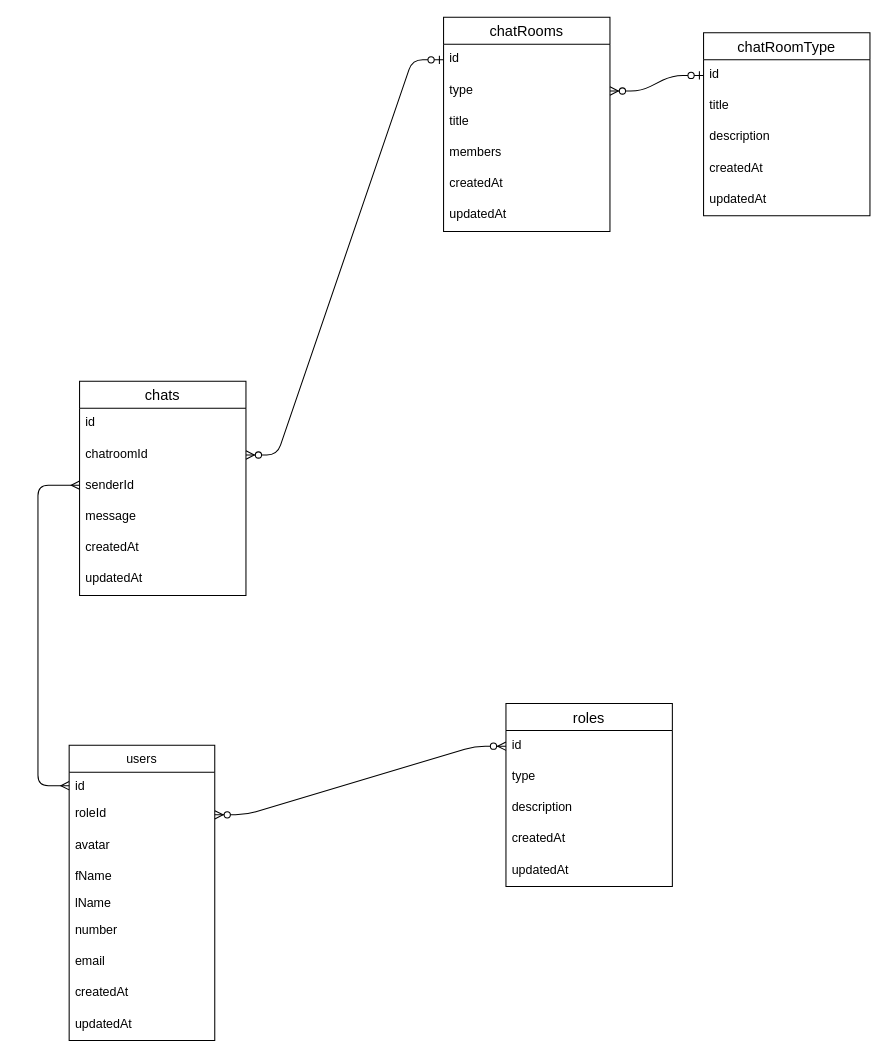
This is ERD/text_chat_app_erd.drawio from Nandi97/Emessage, a draw.io file, before an edit. Source tidied: cells renumbered, new cells numbered last; positions are measured from the earlier drawing's top-left corner, leaving out a move shared by most shapes. Both pictures are drawn from the tidied source at 104%, with x=0, y=0 at pixel (37, 17).
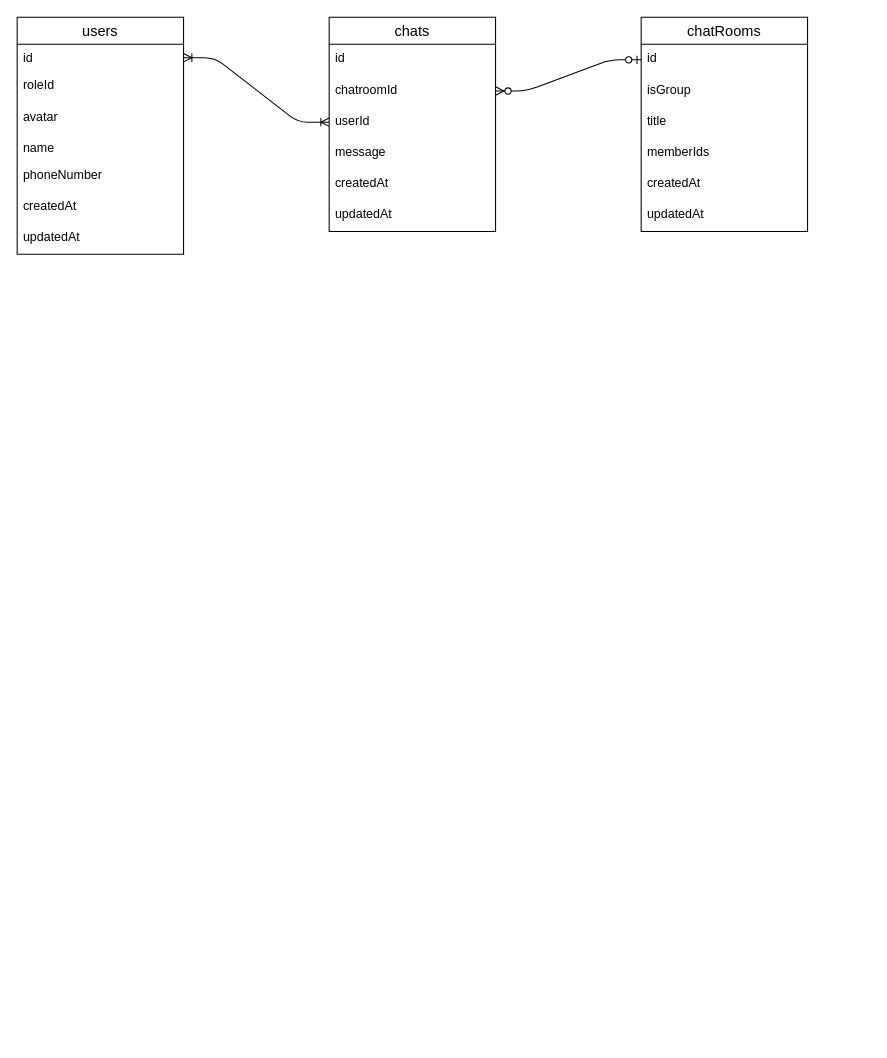
After the change.

Commit message (it also covers changes not shown here):
working side bar chat select

The edit, as a diff of the source:
```diff
@@
-    <mxCell id="2" value="users" style="swimlane;fontStyle=0;horizontal=1;startSize=26;" parent="1" vertex="1">
-      <mxGeometry x="30" y="700" width="140" height="284" as="geometry" />
+    <mxCell id="2" value="users" style="swimlane;fontStyle=0;horizontal=1;startSize=26;fontSize=14;" parent="1" vertex="1">
+      <mxGeometry x="-20" width="160" height="228" as="geometry" />
     </mxCell>
     <mxCell id="3" value="id" style="text;strokeColor=none;fillColor=none;align=left;verticalAlign=top;spacingLeft=4;spacingRight=4;overflow=hidden;points=[[0,0.5],[1,0.5]];portConstraint=eastwest;" parent="2" vertex="1">
-      <mxGeometry y="26" width="140" height="26" as="geometry" />
+      <mxGeometry y="26" width="160" height="26" as="geometry" />
     </mxCell>
     <mxCell id="4" value="roleId" style="text;strokeColor=none;fillColor=none;spacingLeft=4;spacingRight=4;overflow=hidden;points=[[0,0.5],[1,0.5]];portConstraint=eastwest;fontSize=12;" parent="2" vertex="1">
-      <mxGeometry y="52" width="140" height="30" as="geometry" />
+      <mxGeometry y="52" width="160" height="30" as="geometry" />
     </mxCell>
     <mxCell id="5" value="avatar" style="text;strokeColor=none;fillColor=none;spacingLeft=4;spacingRight=4;overflow=hidden;fontSize=12;" parent="2" vertex="1">
-      <mxGeometry y="82" width="140" height="30" as="geometry" />
+      <mxGeometry y="82" width="160" height="30" as="geometry" />
     </mxCell>
-    <mxCell id="6" value="fName" style="text;strokeColor=none;fillColor=none;align=left;verticalAlign=top;spacingLeft=4;spacingRight=4;overflow=hidden;" parent="2" vertex="1">
-      <mxGeometry y="112" width="140" height="26" as="geometry" />
-    </mxCell>
-    <mxCell id="7" value="lName" style="text;strokeColor=none;fillColor=none;align=left;verticalAlign=top;spacingLeft=4;spacingRight=4;overflow=hidden;" parent="2" vertex="1">
-      <mxGeometry y="138" width="140" height="26" as="geometry" />
+    <mxCell id="7" value="name" style="text;strokeColor=none;fillColor=none;align=left;verticalAlign=top;spacingLeft=4;spacingRight=4;overflow=hidden;" parent="2" vertex="1">
+      <mxGeometry y="112" width="160" height="26" as="geometry" />
     </mxCell>
-    <mxCell id="8" value="number" style="text;strokeColor=none;fillColor=none;spacingLeft=4;spacingRight=4;overflow=hidden;fontSize=12;" parent="2" vertex="1">
-      <mxGeometry y="164" width="140" height="30" as="geometry" />
+    <mxCell id="8" value="phoneNumber" style="text;strokeColor=none;fillColor=none;spacingLeft=4;spacingRight=4;overflow=hidden;fontSize=12;" parent="2" vertex="1">
+      <mxGeometry y="138" width="160" height="30" as="geometry" />
     </mxCell>
-    <mxCell id="9" value="email" style="text;strokeColor=none;fillColor=none;spacingLeft=4;spacingRight=4;overflow=hidden;fontSize=12;" parent="2" vertex="1">
-      <mxGeometry y="194" width="140" height="30" as="geometry" />
-    </mxCell>
     <mxCell id="10" value="createdAt" style="text;strokeColor=none;fillColor=none;spacingLeft=4;spacingRight=4;overflow=hidden;fontSize=12;" parent="2" vertex="1">
-      <mxGeometry y="224" width="140" height="30" as="geometry" />
+      <mxGeometry y="168" width="160" height="30" as="geometry" />
     </mxCell>
     <mxCell id="11" value="updatedAt" style="text;strokeColor=none;fillColor=none;spacingLeft=4;spacingRight=4;overflow=hidden;fontSize=12;" parent="2" vertex="1">
-      <mxGeometry y="254" width="140" height="30" as="geometry" />
+      <mxGeometry y="198" width="160" height="30" as="geometry" />
     </mxCell>
     <mxCell id="12" value="chatRooms" style="swimlane;fontStyle=0;horizontal=1;startSize=26;align=center;fontSize=14;" parent="1" vertex="1">
-      <mxGeometry x="390" width="160" height="206" as="geometry" />
+      <mxGeometry x="580" width="160" height="206" as="geometry" />
     </mxCell>
@@
-    <mxCell id="14" value="type" style="text;strokeColor=none;fillColor=none;spacingLeft=4;spacingRight=4;overflow=hidden;points=[[0,0.5],[1,0.5]];portConstraint=eastwest;fontSize=12;" parent="12" vertex="1">
+    <mxCell id="14" value="isGroup" style="text;strokeColor=none;fillColor=none;spacingLeft=4;spacingRight=4;overflow=hidden;points=[[0,0.5],[1,0.5]];portConstraint=eastwest;fontSize=12;" parent="12" vertex="1">
       <mxGeometry y="56" width="160" height="30" as="geometry" />
     </mxCell>
@@
-    <mxCell id="16" value="members" style="text;strokeColor=none;fillColor=none;spacingLeft=4;spacingRight=4;overflow=hidden;fontSize=12;" parent="12" vertex="1">
+    <mxCell id="16" value="memberIds" style="text;strokeColor=none;fillColor=none;spacingLeft=4;spacingRight=4;overflow=hidden;fontSize=12;" parent="12" vertex="1">
       <mxGeometry y="116" width="160" height="30" as="geometry" />
     </mxCell>
@@
-    <mxCell id="19" value="chatRoomType" style="swimlane;fontStyle=0;horizontal=1;startSize=26;align=center;fontSize=14;" parent="1" vertex="1">
-      <mxGeometry x="640" y="15" width="160" height="176" as="geometry" />
-    </mxCell>
-    <mxCell id="20" value="id" style="text;strokeColor=none;fillColor=none;spacingLeft=4;spacingRight=4;overflow=hidden;points=[[0,0.5],[1,0.5]];portConstraint=eastwest;fontSize=12;" parent="19" vertex="1">
-      <mxGeometry y="26" width="160" height="30" as="geometry" />
-    </mxCell>
-    <mxCell id="21" value="title" style="text;strokeColor=none;fillColor=none;spacingLeft=4;spacingRight=4;overflow=hidden;fontSize=12;" parent="19" vertex="1">
-      <mxGeometry y="56" width="160" height="30" as="geometry" />
-    </mxCell>
-    <mxCell id="22" value="description" style="text;strokeColor=none;fillColor=none;spacingLeft=4;spacingRight=4;overflow=hidden;fontSize=12;" parent="19" vertex="1">
-      <mxGeometry y="86" width="160" height="30" as="geometry" />
-    </mxCell>
-    <mxCell id="23" value="createdAt" style="text;strokeColor=none;fillColor=none;spacingLeft=4;spacingRight=4;overflow=hidden;fontSize=12;" parent="19" vertex="1">
-      <mxGeometry y="116" width="160" height="30" as="geometry" />
-    </mxCell>
-    <mxCell id="24" value="updatedAt" style="text;strokeColor=none;fillColor=none;spacingLeft=4;spacingRight=4;overflow=hidden;fontSize=12;" parent="19" vertex="1">
-      <mxGeometry y="146" width="160" height="30" as="geometry" />
-    </mxCell>
     <mxCell id="25" value="chats" style="swimlane;fontStyle=0;horizontal=1;startSize=26;align=center;fontSize=14;" parent="1" vertex="1">
-      <mxGeometry x="40" y="350" width="160" height="206" as="geometry" />
+      <mxGeometry x="280" width="160" height="206" as="geometry" />
     </mxCell>
@@
-    <mxCell id="28" value="senderId" style="text;strokeColor=none;fillColor=none;spacingLeft=4;spacingRight=4;overflow=hidden;points=[[0,0.5],[1,0.5]];portConstraint=eastwest;fontSize=12;" parent="25" vertex="1">
+    <mxCell id="28" value="userId" style="text;strokeColor=none;fillColor=none;spacingLeft=4;spacingRight=4;overflow=hidden;points=[[0,0.5],[1,0.5]];portConstraint=eastwest;fontSize=12;" parent="25" vertex="1">
       <mxGeometry y="86" width="160" height="30" as="geometry" />
     </mxCell>
@@
-    <mxCell id="32" value="roles" style="swimlane;fontStyle=0;horizontal=1;startSize=26;align=center;fontSize=14;" parent="1" vertex="1">
-      <mxGeometry x="450" y="660" width="160" height="176" as="geometry" />
-    </mxCell>
-    <mxCell id="33" value="id" style="text;strokeColor=none;fillColor=none;spacingLeft=4;spacingRight=4;overflow=hidden;points=[[0,0.5],[1,0.5]];portConstraint=eastwest;fontSize=12;" parent="32" vertex="1">
-      <mxGeometry y="26" width="160" height="30" as="geometry" />
-    </mxCell>
-    <mxCell id="34" value="type" style="text;strokeColor=none;fillColor=none;spacingLeft=4;spacingRight=4;overflow=hidden;fontSize=12;" parent="32" vertex="1">
-      <mxGeometry y="56" width="160" height="30" as="geometry" />
-    </mxCell>
-    <mxCell id="35" value="description" style="text;strokeColor=none;fillColor=none;spacingLeft=4;spacingRight=4;overflow=hidden;fontSize=12;" parent="32" vertex="1">
-      <mxGeometry y="86" width="160" height="30" as="geometry" />
-    </mxCell>
-    <mxCell id="36" value="createdAt" style="text;strokeColor=none;fillColor=none;spacingLeft=4;spacingRight=4;overflow=hidden;fontSize=12;" parent="32" vertex="1">
-      <mxGeometry y="116" width="160" height="30" as="geometry" />
-    </mxCell>
-    <mxCell id="37" value="updatedAt" style="text;strokeColor=none;fillColor=none;spacingLeft=4;spacingRight=4;overflow=hidden;fontSize=12;" parent="32" vertex="1">
-      <mxGeometry y="146" width="160" height="30" as="geometry" />
-    </mxCell>
-    <mxCell id="38" style="edgeStyle=elbowEdgeStyle;fontSize=12;html=1;endArrow=ERmany;startArrow=ERmany;entryX=0;entryY=0.5;entryDx=0;entryDy=0;exitX=0;exitY=0.467;exitDx=0;exitDy=0;exitPerimeter=0;jumpStyle=arc;rounded=1;" parent="1" edge="1" source="28" target="3">
-      <mxGeometry relative="1" as="geometry">
-        <Array as="points">
-          <mxPoint y="240" />
-        </Array>
-      </mxGeometry>
-    </mxCell>
@@
-    <mxCell id="40" style="edgeStyle=entityRelationEdgeStyle;fontSize=12;html=1;endArrow=ERzeroToMany;startArrow=ERzeroToOne;exitX=0;exitY=0.5;exitDx=0;exitDy=0;entryX=1;entryY=0.5;entryDx=0;entryDy=0;" parent="1" edge="1" source="20" target="14">
-      <mxGeometry relative="1" as="geometry" />
-    </mxCell>
-    <mxCell id="41" style="edgeStyle=entityRelationEdgeStyle;fontSize=12;html=1;endArrow=ERzeroToMany;endFill=1;startArrow=ERzeroToMany;exitX=1;exitY=0.5;exitDx=0;exitDy=0;entryX=0;entryY=0.5;entryDx=0;entryDy=0;" parent="1" edge="1" source="4" target="33">
-      <mxGeometry relative="1" as="geometry" />
-    </mxCell>
+    <mxCell id="42" style="edgeStyle=entityRelationEdgeStyle;fontSize=12;html=1;endArrow=ERoneToMany;startArrow=ERoneToMany;entryX=0;entryY=0.5;entryDx=0;entryDy=0;exitX=1;exitY=0.5;exitDx=0;exitDy=0;" parent="1" edge="1" source="3" target="28">
+      <mxGeometry relative="1" as="geometry" />
+    </mxCell>
```
